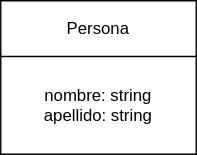
Earlier version of the draw.io export Ejercicios_TypeScript/1er_Guia_de_Ejercicios_Laboratorio_Programacion_II/Ejercicio_01/Ejercicio_01.drawio.svg (StevenSun7/UTN_VS). Source tidied: cells renumbered, new cells last; positions are measured from the earlier drawing's top-left corner, leaving out a move shared by most shapes.
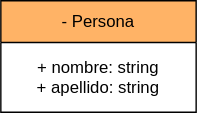
The same file after the commit.

The edit, as a diff of the source:
```diff
@@ -2,11 +2,11 @@
   <root>
     <mxCell id="0" />
     <mxCell id="1" parent="0" />
-    <mxCell id="2" value="Persona" style="swimlane;fontStyle=0;align=center;verticalAlign=middle;horizontal=1;startSize=40;html=1;whiteSpace=wrap;" parent="1" vertex="1">
-      <mxGeometry width="140" height="110" as="geometry" />
+    <mxCell id="2" value="- Persona" style="swimlane;fontStyle=0;align=center;verticalAlign=middle;horizontal=1;startSize=30;html=1;whiteSpace=wrap;fillColor=#FFB366;" parent="1" vertex="1">
+      <mxGeometry width="140" height="80" as="geometry" />
     </mxCell>
-    <mxCell id="3" value="&lt;span style=&quot;background-color: transparent;&quot;&gt;nombre: string&lt;/span&gt;&lt;br&gt;&lt;span style=&quot;background-color: transparent;&quot;&gt;apellido: string&lt;/span&gt;" style="text;html=1;strokeColor=none;fillColor=none;align=center;verticalAlign=middle;spacingLeft=4;spacingRight=4;overflow=hidden;whiteSpace=wrap;spacing=0;" parent="2" vertex="1">
-      <mxGeometry y="40" width="140" height="70" as="geometry" />
+    <mxCell id="3" value="&lt;span style=&quot;background-color: transparent;&quot;&gt;+ nombre: string&lt;/span&gt;&lt;br&gt;&lt;span style=&quot;background-color: transparent;&quot;&gt;+ apellido: string&lt;/span&gt;" style="text;html=1;strokeColor=none;fillColor=none;align=center;verticalAlign=middle;spacingLeft=4;spacingRight=4;overflow=hidden;whiteSpace=wrap;spacing=0;" parent="2" vertex="1">
+      <mxGeometry y="30" width="140" height="50" as="geometry" />
     </mxCell>
   </root>
 </mxGraphModel>
```
